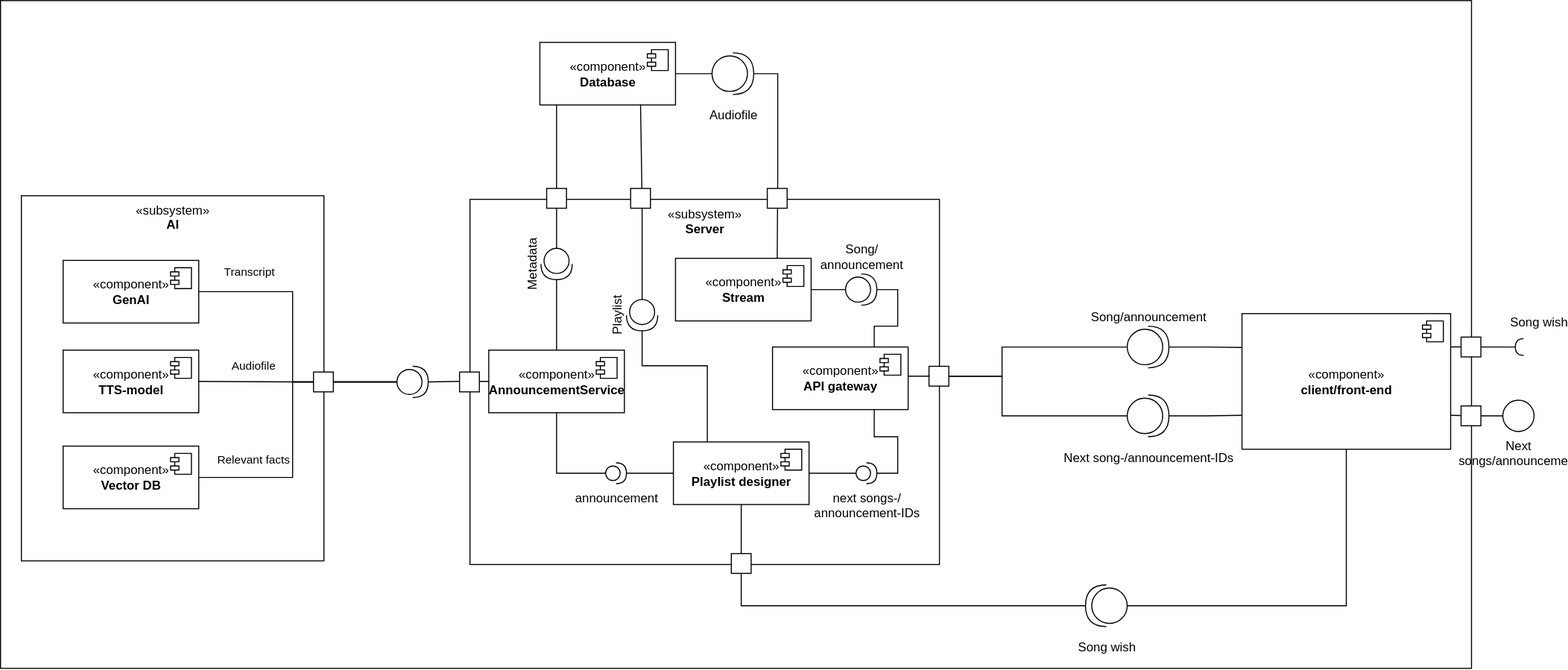
AET-DevOps25/team-in-the-midst-of-chaos-there-is-also-opportunity.-sun-tzu keeps this draw.io diagram as documentation/UML diagrams/components.svg. Above is the earlier version. Source tidied: cells renumbered, new cells last; positions are measured from the earlier drawing's top-left corner, leaving out a move shared by most shapes.
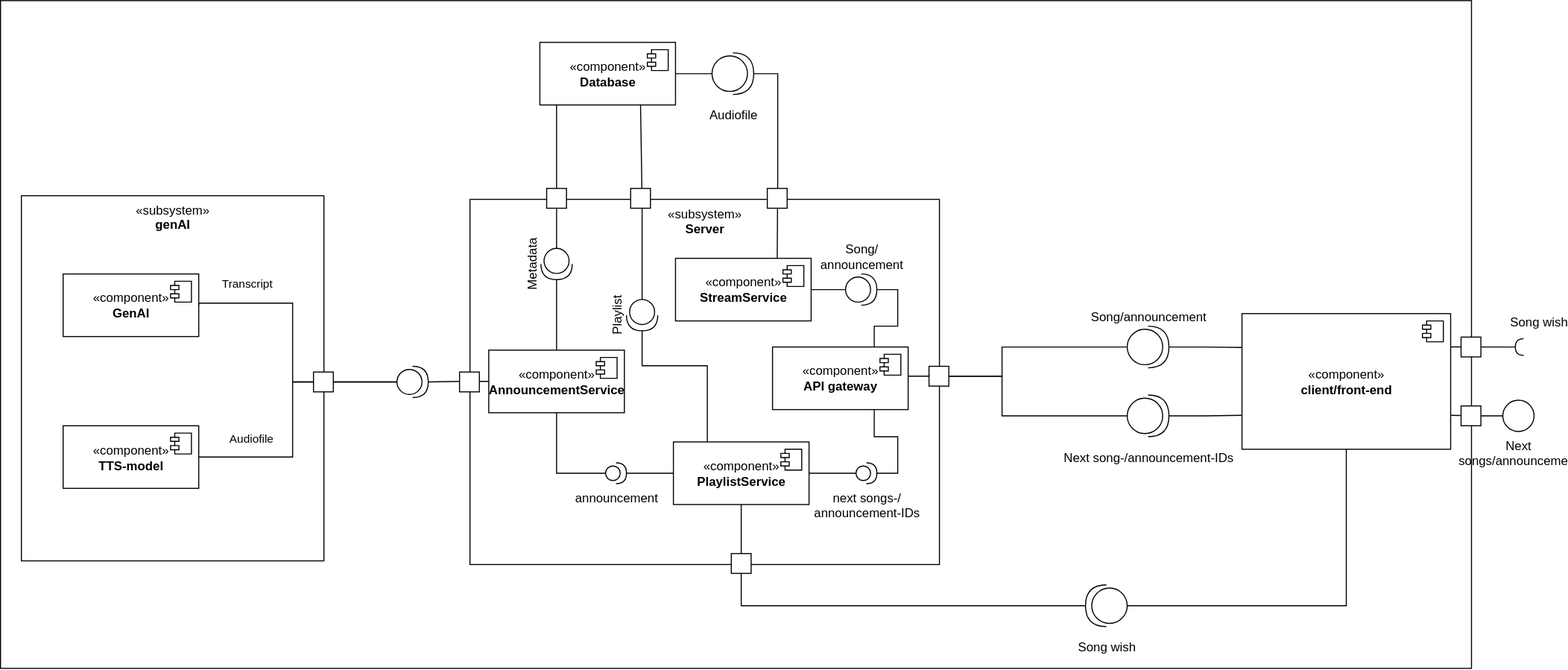
Later version of the same file.

Commit message:
updated uml diagrams, monitoring and server readme

Diff of the diagram source:
```diff
@@ -8,7 +8,7 @@
     <mxCell id="3" value="«subsystem»&lt;br&gt;&lt;div&gt;&lt;b&gt;Server&lt;/b&gt;&lt;/div&gt;" style="rounded=0;whiteSpace=wrap;html=1;verticalAlign=top;labelPosition=center;verticalLabelPosition=middle;align=center;" parent="1" vertex="1">
       <mxGeometry x="450" y="190.5" width="450" height="350" as="geometry" />
     </mxCell>
-    <mxCell id="4" value="«subsystem»&lt;br&gt;&lt;div&gt;&lt;b&gt;AI&lt;/b&gt;&lt;/div&gt;" style="rounded=0;whiteSpace=wrap;html=1;verticalAlign=top;" parent="1" vertex="1">
+    <mxCell id="4" value="«subsystem»&lt;br&gt;&lt;div&gt;&lt;b&gt;genAI&lt;/b&gt;&lt;/div&gt;" style="rounded=0;whiteSpace=wrap;html=1;verticalAlign=top;" parent="1" vertex="1">
       <mxGeometry x="20" y="187" width="290" height="350" as="geometry" />
     </mxCell>
     <mxCell id="5" value="«component»&lt;br&gt;&lt;b&gt;client/front-end&lt;/b&gt;" style="html=1;whiteSpace=wrap;" parent="1" vertex="1">
@@ -55,7 +55,7 @@
         <mxPoint x="-27" y="7" as="offset" />
       </mxGeometry>
     </mxCell>
-    <mxCell id="15" value="«component»&lt;br&gt;&lt;b&gt;Stream&lt;/b&gt;" style="html=1;whiteSpace=wrap;" parent="1" vertex="1">
+    <mxCell id="15" value="«component»&lt;br&gt;&lt;b&gt;StreamService&lt;/b&gt;" style="html=1;whiteSpace=wrap;" parent="1" vertex="1">
       <mxGeometry x="647" y="247" width="130" height="60" as="geometry" />
     </mxCell>
     <mxCell id="16" style="shape=module;jettyWidth=8;jettyHeight=4;" parent="15" vertex="1">
@@ -63,7 +63,7 @@
         <mxPoint x="-27" y="7" as="offset" />
       </mxGeometry>
     </mxCell>
-    <mxCell id="17" value="«component»&lt;br&gt;&lt;b&gt;Playlist designer&lt;/b&gt;" style="html=1;whiteSpace=wrap;" parent="1" vertex="1">
+    <mxCell id="17" value="«component»&lt;br&gt;&lt;b&gt;PlaylistService&lt;/b&gt;" style="html=1;whiteSpace=wrap;" parent="1" vertex="1">
       <mxGeometry x="645" y="423" width="130" height="60" as="geometry" />
     </mxCell>
     <mxCell id="18" style="shape=module;jettyWidth=8;jettyHeight=4;" parent="17" vertex="1">
@@ -145,23 +145,15 @@
       <mxGeometry x="580" y="443" width="20" height="20" as="geometry" />
     </mxCell>
     <mxCell id="35" value="«component»&lt;br&gt;&lt;b&gt;GenAI&lt;/b&gt;" style="html=1;whiteSpace=wrap;" parent="1" vertex="1">
-      <mxGeometry x="60" y="249" width="130" height="60" as="geometry" />
+      <mxGeometry x="60" y="262" width="130" height="60" as="geometry" />
     </mxCell>
     <mxCell id="36" style="shape=module;jettyWidth=8;jettyHeight=4;" parent="35" vertex="1">
       <mxGeometry x="1" width="20" height="20" relative="1" as="geometry">
         <mxPoint x="-27" y="7" as="offset" />
       </mxGeometry>
     </mxCell>
-    <mxCell id="37" value="«component»&lt;br&gt;&lt;b&gt;Vector DB&lt;/b&gt;" style="html=1;whiteSpace=wrap;" parent="1" vertex="1">
-      <mxGeometry x="60" y="427" width="130" height="60" as="geometry" />
-    </mxCell>
-    <mxCell id="38" style="shape=module;jettyWidth=8;jettyHeight=4;" parent="37" vertex="1">
-      <mxGeometry x="1" width="20" height="20" relative="1" as="geometry">
-        <mxPoint x="-27" y="7" as="offset" />
-      </mxGeometry>
-    </mxCell>
     <mxCell id="39" value="«component»&lt;br&gt;&lt;b&gt;TTS-model&lt;/b&gt;" style="html=1;whiteSpace=wrap;" parent="1" vertex="1">
-      <mxGeometry x="60" y="335" width="130" height="60" as="geometry" />
+      <mxGeometry x="60" y="407.5" width="130" height="60" as="geometry" />
     </mxCell>
     <mxCell id="40" style="shape=module;jettyWidth=8;jettyHeight=4;" parent="39" vertex="1">
       <mxGeometry x="1" width="20" height="20" relative="1" as="geometry">
@@ -169,24 +161,22 @@
       </mxGeometry>
     </mxCell>
     <mxCell id="41" value="Audiofile" style="edgeStyle=orthogonalEdgeStyle;rounded=0;jettySize=auto;html=1;entryX=1;entryY=0.5;entryDx=0;entryDy=0;endArrow=none;startFill=0;" parent="1" edge="1" source="44" target="39">
-      <mxGeometry x="0.44" y="-15" relative="1" as="geometry" />
+      <mxGeometry x="0.62" y="-18" relative="1" as="geometry">
+        <Array as="points">
+          <mxPoint x="280" y="366" />
+          <mxPoint x="280" y="438" />
+        </Array>
+      </mxGeometry>
     </mxCell>
     <mxCell id="42" value="Transcript" style="edgeStyle=orthogonalEdgeStyle;rounded=0;jettySize=auto;html=1;entryX=1;entryY=0.5;entryDx=0;entryDy=0;endArrow=none;startFill=0;" parent="1" edge="1" source="44" target="35">
       <mxGeometry x="0.65" y="-19" relative="1" as="geometry">
         <Array as="points">
-          <mxPoint x="280" y="365" />
-          <mxPoint x="280" y="279" />
+          <mxPoint x="280" y="366" />
+          <mxPoint x="280" y="290" />
+          <mxPoint x="190" y="290" />
         </Array>
       </mxGeometry>
     </mxCell>
-    <mxCell id="43" value="Relevant facts" style="edgeStyle=orthogonalEdgeStyle;rounded=0;jettySize=auto;html=1;entryX=1;entryY=0.5;entryDx=0;entryDy=0;endArrow=none;startFill=0;" parent="1" edge="1" source="44" target="37">
-      <mxGeometry x="0.63" y="-17" relative="1" as="geometry">
-        <Array as="points">
-          <mxPoint x="280" y="365" />
-          <mxPoint x="280" y="457" />
-        </Array>
-      </mxGeometry>
-    </mxCell>
     <mxCell id="44" style="shape=providedRequiredInterface;html=1;verticalLabelPosition=bottom;sketch=0;" parent="1" vertex="1">
       <mxGeometry x="380" y="350.5" width="30" height="30" as="geometry" />
     </mxCell>
```
